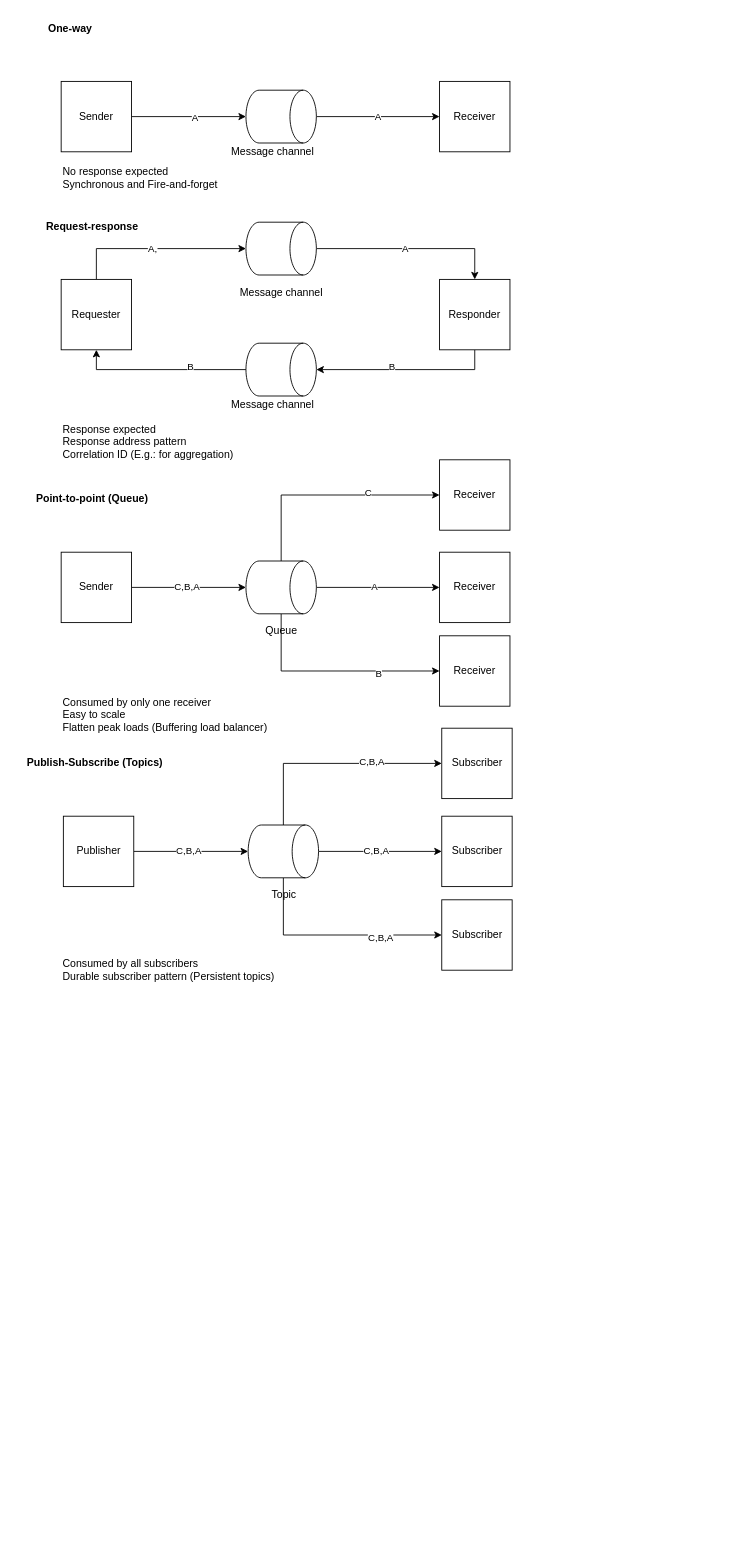
Before: Untitled Diagram.drawio in songohan17/playground, a draw.io diagram. Source tidied: cells renumbered, new cells numbered last; positions are measured from the earlier drawing's top-left corner, leaving out a move shared by most shapes. Both pictures are drawn from the tidied source at 88%, with x=0, y=0 at pixel (15, 15).
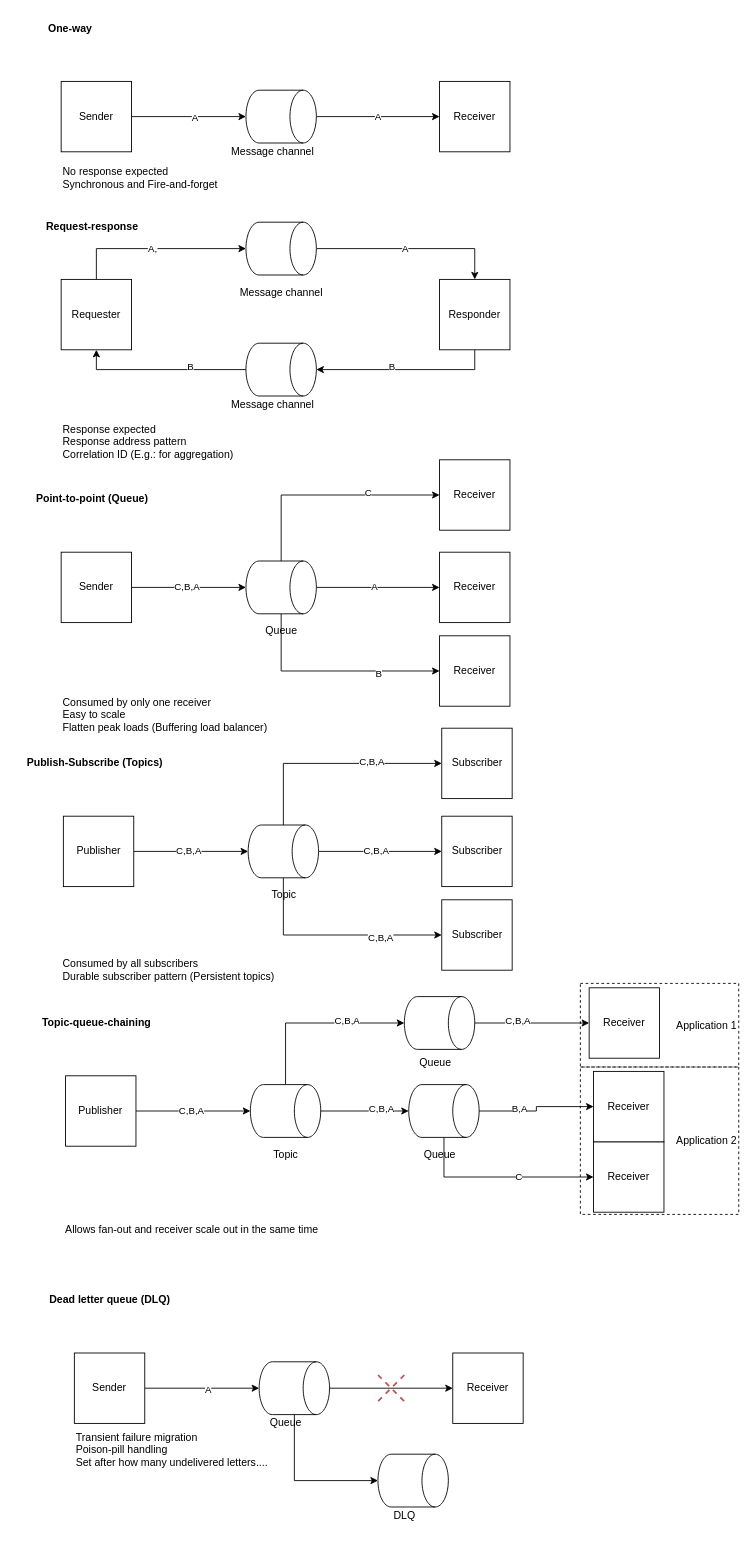
Above is the later version.

Change to the diagram source:
```diff
@@
+    <mxCell id="59" value="Application 1" style="rounded=0;whiteSpace=wrap;html=1;dashed=1;fillColor=none;align=right;" parent="1" vertex="1">
+      <mxGeometry x="642" y="1100" width="180" height="95" as="geometry" />
+    </mxCell>
+    <mxCell id="60" value="Application 2" style="rounded=0;whiteSpace=wrap;html=1;dashed=1;fillColor=none;align=right;" parent="1" vertex="1">
+      <mxGeometry x="642" y="1195" width="180" height="167.5" as="geometry" />
+    </mxCell>
@@
+    <mxCell id="61" style="edgeStyle=orthogonalEdgeStyle;rounded=0;jettySize=auto;html=1;exitX=1;exitY=0.5;exitDx=0;exitDy=0;entryX=0.5;entryY=1;entryDx=0;entryDy=0;entryPerimeter=0;" parent="1" edge="1" source="63" target="66">
+      <mxGeometry relative="1" as="geometry" />
+    </mxCell>
+    <mxCell id="62" value="C,B,A" style="edgeLabel;html=1;align=center;verticalAlign=middle;" parent="61" vertex="1">
+      <mxGeometry x="-0.04" y="1" relative="1" as="geometry" />
+    </mxCell>
+    <mxCell id="63" value="Publisher" style="whiteSpace=wrap;html=1;" parent="1" vertex="1">
+      <mxGeometry x="57" y="1205" width="80" height="80" as="geometry" />
+    </mxCell>
+    <mxCell id="64" style="edgeStyle=orthogonalEdgeStyle;rounded=0;jettySize=auto;html=1;exitX=0;exitY=0.5;exitDx=0;exitDy=0;exitPerimeter=0;entryX=0.5;entryY=1;entryDx=0;entryDy=0;entryPerimeter=0;" parent="1" edge="1" source="66" target="73">
+      <mxGeometry relative="1" as="geometry" />
+    </mxCell>
+    <mxCell id="65" value="C,B,A" style="edgeLabel;html=1;align=center;verticalAlign=middle;" parent="64" vertex="1">
+      <mxGeometry x="0.36" y="3" relative="1" as="geometry" />
+    </mxCell>
+    <mxCell id="66" style="shape=cylinder3;whiteSpace=wrap;html=1;boundedLbl=1;backgroundOutline=1;size=15;rotation=90;" parent="1" vertex="1">
+      <mxGeometry x="277" y="1205" width="60" height="80" as="geometry" />
+    </mxCell>
+    <mxCell id="67" value="Topic" style="text;html=1;align=center;verticalAlign=middle;strokeColor=none;fillColor=none;" parent="1" vertex="1">
+      <mxGeometry x="282" y="1280" width="50" height="30" as="geometry" />
+    </mxCell>
+    <mxCell id="68" value="Topic-queue-chaining" style="text;html=1;align=center;verticalAlign=middle;strokeColor=none;fillColor=none;fontStyle=1;" parent="1" vertex="1">
+      <mxGeometry x="17" y="1130" width="150" height="30" as="geometry" />
+    </mxCell>
+    <mxCell id="69" value="Allows fan-out and receiver scale out in the same time" style="text;html=1;align=left;verticalAlign=middle;strokeColor=none;fillColor=none;" parent="1" vertex="1">
+      <mxGeometry x="54.5" y="1365" width="310" height="30" as="geometry" />
+    </mxCell>
+    <mxCell id="70" value="Receiver" style="whiteSpace=wrap;html=1;" parent="1" vertex="1">
+      <mxGeometry x="652" y="1105" width="80" height="80" as="geometry" />
+    </mxCell>
+    <mxCell id="71" style="edgeStyle=orthogonalEdgeStyle;rounded=0;jettySize=auto;html=1;exitX=0.5;exitY=0;exitDx=0;exitDy=0;exitPerimeter=0;" parent="1" edge="1" source="73" target="70">
+      <mxGeometry relative="1" as="geometry" />
+    </mxCell>
+    <mxCell id="72" value="C,B,A" style="edgeLabel;html=1;align=center;verticalAlign=middle;" parent="71" vertex="1">
+      <mxGeometry x="-0.26" y="3" relative="1" as="geometry" />
+    </mxCell>
+    <mxCell id="73" style="shape=cylinder3;whiteSpace=wrap;html=1;boundedLbl=1;backgroundOutline=1;size=15;rotation=90;" parent="1" vertex="1">
+      <mxGeometry x="452" y="1105" width="60" height="80" as="geometry" />
+    </mxCell>
+    <mxCell id="74" value="Queue" style="text;html=1;align=center;verticalAlign=middle;strokeColor=none;fillColor=none;" parent="1" vertex="1">
+      <mxGeometry x="447" y="1175" width="60" height="30" as="geometry" />
+    </mxCell>
+    <mxCell id="75" value="Receiver" style="whiteSpace=wrap;html=1;" parent="1" vertex="1">
+      <mxGeometry x="657" y="1280" width="80" height="80" as="geometry" />
+    </mxCell>
+    <mxCell id="76" style="edgeStyle=orthogonalEdgeStyle;rounded=0;jettySize=auto;html=1;entryX=0;entryY=0.5;entryDx=0;entryDy=0;exitX=1;exitY=0.5;exitDx=0;exitDy=0;exitPerimeter=0;" parent="1" edge="1" source="81" target="75">
+      <mxGeometry relative="1" as="geometry" />
+    </mxCell>
+    <mxCell id="77" value="C" style="edgeLabel;html=1;align=center;verticalAlign=middle;" parent="76" vertex="1">
+      <mxGeometry x="0.2" y="1" relative="1" as="geometry" />
+    </mxCell>
+    <mxCell id="78" value="Receiver" style="whiteSpace=wrap;html=1;" parent="1" vertex="1">
+      <mxGeometry x="657" y="1200" width="80" height="80" as="geometry" />
+    </mxCell>
+    <mxCell id="79" style="edgeStyle=orthogonalEdgeStyle;rounded=0;jettySize=auto;html=1;exitX=0.5;exitY=0;exitDx=0;exitDy=0;exitPerimeter=0;entryX=0.5;entryY=1;entryDx=0;entryDy=0;entryPerimeter=0;" parent="1" edge="1" source="66" target="81">
+      <mxGeometry relative="1" as="geometry" />
+    </mxCell>
+    <mxCell id="80" value="C,B,A" style="edgeLabel;html=1;align=center;verticalAlign=middle;" parent="79" vertex="1">
+      <mxGeometry x="0.36" y="3" relative="1" as="geometry" />
+    </mxCell>
+    <mxCell id="81" style="shape=cylinder3;whiteSpace=wrap;html=1;boundedLbl=1;backgroundOutline=1;size=15;rotation=90;" parent="1" vertex="1">
+      <mxGeometry x="457" y="1205" width="60" height="80" as="geometry" />
+    </mxCell>
+    <mxCell id="82" style="edgeStyle=orthogonalEdgeStyle;rounded=0;jettySize=auto;html=1;entryX=0;entryY=0.5;entryDx=0;entryDy=0;" parent="1" edge="1" source="81" target="78">
+      <mxGeometry relative="1" as="geometry" />
+    </mxCell>
+    <mxCell id="83" value="B,A" style="edgeLabel;html=1;align=center;verticalAlign=middle;" parent="82" vertex="1">
+      <mxGeometry x="-0.33" y="3" relative="1" as="geometry" />
+    </mxCell>
+    <mxCell id="84" value="Queue" style="text;html=1;align=center;verticalAlign=middle;strokeColor=none;fillColor=none;" parent="1" vertex="1">
+      <mxGeometry x="452" y="1280" width="60" height="30" as="geometry" />
+    </mxCell>
+    <mxCell id="85" style="edgeStyle=orthogonalEdgeStyle;rounded=0;jettySize=auto;html=1;exitX=1;exitY=0.5;exitDx=0;exitDy=0;entryX=0.5;entryY=1;entryDx=0;entryDy=0;entryPerimeter=0;" parent="1" edge="1" source="87" target="90">
+      <mxGeometry relative="1" as="geometry" />
+    </mxCell>
+    <mxCell id="86" value="A" style="edgeLabel;html=1;align=center;verticalAlign=middle;" parent="85" vertex="1">
+      <mxGeometry x="0.09" y="-1" relative="1" as="geometry" />
+    </mxCell>
+    <mxCell id="87" value="Sender" style="whiteSpace=wrap;html=1;" parent="1" vertex="1">
+      <mxGeometry x="67" y="1520" width="80" height="80" as="geometry" />
+    </mxCell>
+    <mxCell id="88" style="edgeStyle=orthogonalEdgeStyle;rounded=0;jettySize=auto;html=1;exitX=0.5;exitY=0;exitDx=0;exitDy=0;exitPerimeter=0;entryX=0;entryY=0.5;entryDx=0;entryDy=0;" parent="1" edge="1" source="90" target="91">
+      <mxGeometry relative="1" as="geometry" />
+    </mxCell>
+    <mxCell id="89" style="edgeStyle=orthogonalEdgeStyle;rounded=0;jettySize=auto;html=1;entryX=0.5;entryY=1;entryDx=0;entryDy=0;entryPerimeter=0;exitX=1;exitY=0.5;exitDx=0;exitDy=0;exitPerimeter=0;" parent="1" edge="1" source="90" target="97">
+      <mxGeometry relative="1" as="geometry" />
+    </mxCell>
+    <mxCell id="90" style="shape=cylinder3;whiteSpace=wrap;html=1;boundedLbl=1;backgroundOutline=1;size=15;rotation=90;" parent="1" vertex="1">
+      <mxGeometry x="287" y="1520" width="60" height="80" as="geometry" />
+    </mxCell>
+    <mxCell id="91" value="Receiver" style="whiteSpace=wrap;html=1;" parent="1" vertex="1">
+      <mxGeometry x="497" y="1520" width="80" height="80" as="geometry" />
+    </mxCell>
+    <mxCell id="92" value="Queue" style="text;html=1;align=center;verticalAlign=middle;strokeColor=none;fillColor=none;" parent="1" vertex="1">
+      <mxGeometry x="277" y="1585" width="60" height="30" as="geometry" />
+    </mxCell>
+    <mxCell id="93" value="Dead letter queue (DLQ)" style="text;html=1;align=center;verticalAlign=middle;strokeColor=none;fillColor=none;fontStyle=1;" parent="1" vertex="1">
+      <mxGeometry x="27" y="1445" width="160" height="30" as="geometry" />
+    </mxCell>
+    <mxCell id="94" value="Transient failure migration&lt;br&gt;Poison-pill handling&amp;nbsp;&lt;br&gt;Set after how many undelivered letters...." style="text;html=1;align=left;verticalAlign=middle;strokeColor=none;fillColor=none;" parent="1" vertex="1">
+      <mxGeometry x="67" y="1600" width="240" height="60" as="geometry" />
+    </mxCell>
+    <mxCell id="95" style="shape=umlDestroy;dashed=1;fillColor=#f8cecc;strokeColor=#b85450;strokeWidth=2;" parent="1" vertex="1">
+      <mxGeometry x="412" y="1545" width="30" height="30" as="geometry" />
+    </mxCell>
+    <mxCell id="96" value="DLQ" style="text;html=1;align=center;verticalAlign=middle;strokeColor=none;fillColor=none;" parent="1" vertex="1">
+      <mxGeometry x="417" y="1690" width="50" height="30" as="geometry" />
+    </mxCell>
+    <mxCell id="97" style="shape=cylinder3;whiteSpace=wrap;html=1;boundedLbl=1;backgroundOutline=1;size=15;rotation=90;" parent="1" vertex="1">
+      <mxGeometry x="422" y="1625" width="60" height="80" as="geometry" />
+    </mxCell>
```
